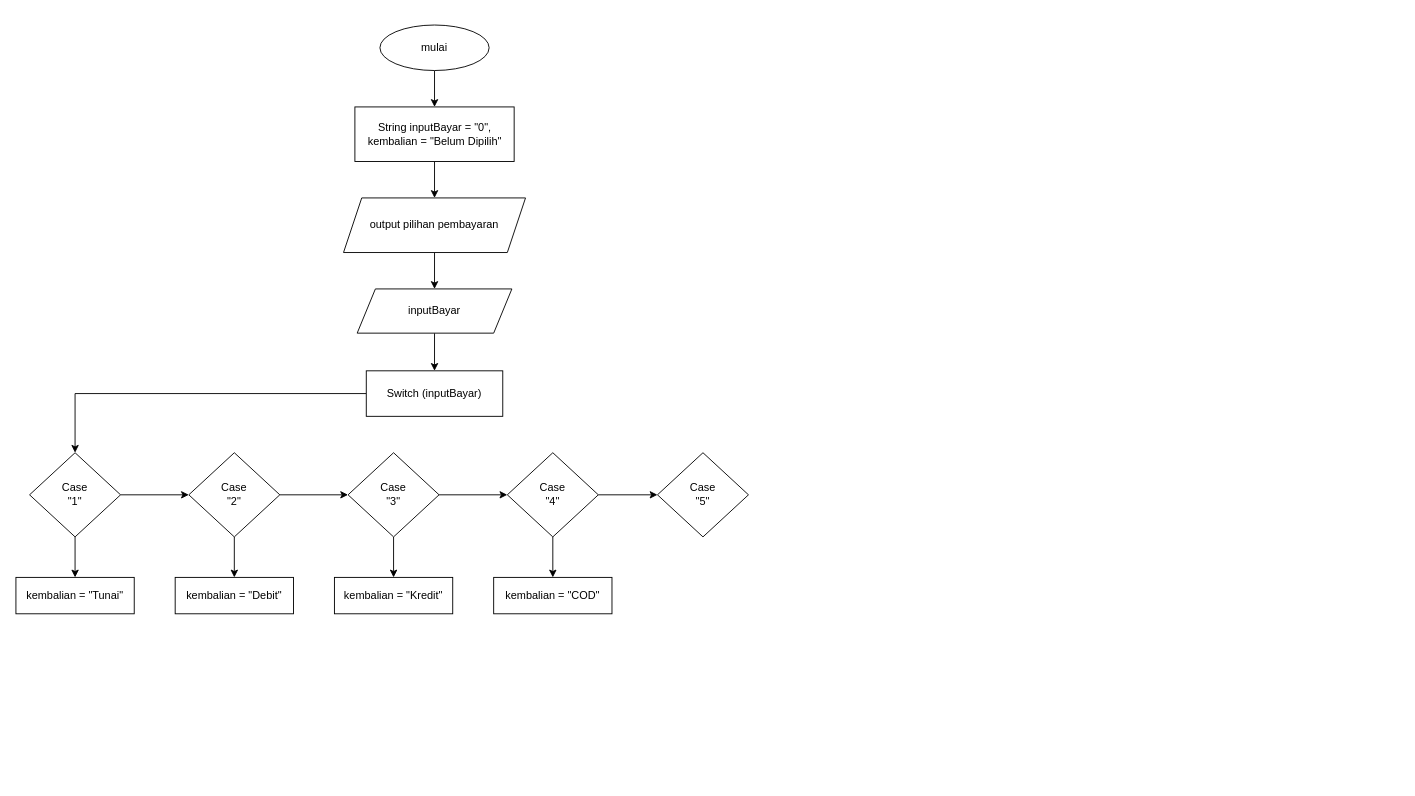
Diaputr/tugas-besar keeps this draw.io diagram as page "bayar" (4 of 4) of fiturBarang().drawio. Above is the earlier version. Source tidied: cells renumbered, new cells numbered last; positions are measured from the earlier drawing's top-left corner, leaving out a move shared by most shapes. Both pictures are drawn from the tidied source at 91%, with x=0, y=0 at pixel (15, 25).
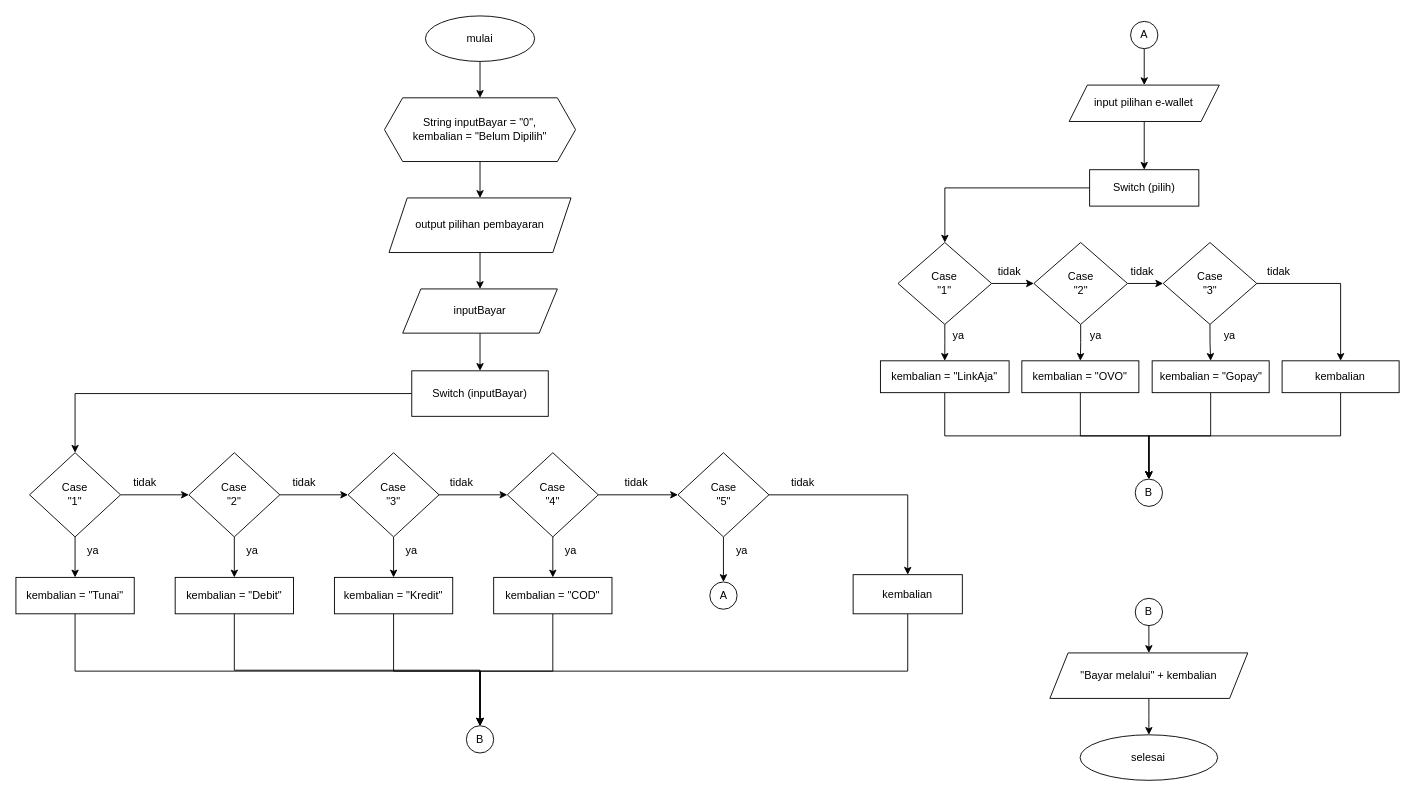
Above is the later version.

Unchanged cells that the change refers to:
```xml
<mxCell id="25" value="kembalian = &quot;Tunai&quot;" style="whiteSpace=wrap;html=1;" parent="1" vertex="1">
  <mxGeometry y="607" width="130" height="40" as="geometry" />
</mxCell>
<mxCell id="26" value="kembalian = &quot;Debit&quot;" style="whiteSpace=wrap;html=1;" parent="1" vertex="1">
  <mxGeometry x="175" y="607" width="130" height="40" as="geometry" />
</mxCell>
<mxCell id="27" value="kembalian = &quot;Kredit&quot;" style="whiteSpace=wrap;html=1;" parent="1" vertex="1">
  <mxGeometry x="350" y="607" width="130" height="40" as="geometry" />
</mxCell>
<mxCell id="28" value="kembalian = &quot;COD&quot;" style="whiteSpace=wrap;html=1;" parent="1" vertex="1">
  <mxGeometry x="525" y="607" width="130" height="40" as="geometry" />
</mxCell>
```

Change to the diagram source:
```diff
@@
-    <mxCell id="2" style="edgeStyle=orthogonalEdgeStyle;rounded=0;jettySize=auto;html=1;" parent="1" edge="1" source="3" target="5">
+    <mxCell id="2" style="edgeStyle=orthogonalEdgeStyle;rounded=0;jettySize=auto;html=1;exitX=0.5;exitY=1;exitDx=0;exitDy=0;entryX=0.5;entryY=0;entryDx=0;entryDy=0;" parent="1" edge="1" source="3" target="5">
       <mxGeometry relative="1" as="geometry" />
     </mxCell>
     <mxCell id="3" value="mulai" style="ellipse;whiteSpace=wrap;html=1;" parent="1" vertex="1">
-      <mxGeometry x="400" width="120" height="50" as="geometry" />
+      <mxGeometry x="450" y="-10" width="120" height="50" as="geometry" />
     </mxCell>
-    <mxCell id="4" style="edgeStyle=orthogonalEdgeStyle;rounded=0;jettySize=auto;html=1;" parent="1" edge="1" source="5" target="7">
-      <mxGeometry relative="1" as="geometry" />
-    </mxCell>
-    <mxCell id="5" value="String inputBayar = &quot;0&quot;, kembalian = &quot;Belum Dipilih&quot;&lt;br&gt;" style="whiteSpace=wrap;html=1;" parent="1" vertex="1">
-      <mxGeometry x="372.5" y="90" width="175" height="60" as="geometry" />
-    </mxCell>
@@
     <mxCell id="7" value="output pilihan pembayaran" style="shape=parallelogram;perimeter=parallelogramPerimeter;whiteSpace=wrap;html=1;fixedSize=1;" parent="1" vertex="1">
-      <mxGeometry x="360" y="190" width="200" height="60" as="geometry" />
+      <mxGeometry x="410" y="190" width="200" height="60" as="geometry" />
     </mxCell>
@@
     <mxCell id="9" value="inputBayar" style="shape=parallelogram;perimeter=parallelogramPerimeter;whiteSpace=wrap;html=1;fixedSize=1;" parent="1" vertex="1">
-      <mxGeometry x="375" y="290" width="170" height="48.6" as="geometry" />
+      <mxGeometry x="425" y="290" width="170" height="48.6" as="geometry" />
     </mxCell>
@@
     <mxCell id="11" value="Switch (inputBayar)" style="whiteSpace=wrap;html=1;" parent="1" vertex="1">
-      <mxGeometry x="385" y="380" width="150" height="50" as="geometry" />
+      <mxGeometry x="435" y="380" width="150" height="50" as="geometry" />
     </mxCell>
@@
+    <mxCell id="29" style="edgeStyle=orthogonalEdgeStyle;rounded=0;jettySize=auto;html=1;" parent="1" edge="1" source="24" target="81">
+      <mxGeometry relative="1" as="geometry" />
+    </mxCell>
+    <mxCell id="30" style="edgeStyle=orthogonalEdgeStyle;rounded=0;jettySize=auto;html=1;" parent="1" edge="1" source="24" target="36">
+      <mxGeometry relative="1" as="geometry" />
+    </mxCell>
     <mxCell id="24" value="Case&lt;br&gt;&quot;5&quot;" style="rhombus;whiteSpace=wrap;html=1;" parent="1" vertex="1">
-      <mxGeometry x="705" y="470" width="100" height="92.5" as="geometry" />
+      <mxGeometry x="727.5" y="470" width="100" height="92.5" as="geometry" />
     </mxCell>
+    <mxCell id="31" style="edgeStyle=orthogonalEdgeStyle;rounded=0;jettySize=auto;html=1;exitX=0.5;exitY=1;exitDx=0;exitDy=0;entryX=0.5;entryY=0;entryDx=0;entryDy=0;" parent="1" edge="1" source="25" target="39">
+      <mxGeometry relative="1" as="geometry">
+        <Array as="points">
+          <mxPoint x="65" y="710" />
+          <mxPoint x="510" y="710" />
+        </Array>
+      </mxGeometry>
+    </mxCell>
@@
+    <mxCell id="32" style="edgeStyle=orthogonalEdgeStyle;rounded=0;jettySize=auto;html=1;exitX=0.5;exitY=1;exitDx=0;exitDy=0;" parent="1" edge="1" source="26" target="39">
+      <mxGeometry relative="1" as="geometry">
+        <Array as="points">
+          <mxPoint x="240" y="709" />
+          <mxPoint x="510" y="709" />
+        </Array>
+      </mxGeometry>
+    </mxCell>
@@
+    <mxCell id="33" style="edgeStyle=orthogonalEdgeStyle;rounded=0;jettySize=auto;html=1;exitX=0.5;exitY=1;exitDx=0;exitDy=0;" parent="1" edge="1" source="27" target="39">
+      <mxGeometry relative="1" as="geometry">
+        <Array as="points">
+          <mxPoint x="415" y="710" />
+          <mxPoint x="510" y="710" />
+        </Array>
+      </mxGeometry>
+    </mxCell>
@@
+    <mxCell id="34" style="edgeStyle=orthogonalEdgeStyle;rounded=0;jettySize=auto;html=1;exitX=0.5;exitY=1;exitDx=0;exitDy=0;" parent="1" edge="1" source="28" target="39">
+      <mxGeometry relative="1" as="geometry">
+        <Array as="points">
+          <mxPoint x="590" y="710" />
+          <mxPoint x="510" y="710" />
+        </Array>
+      </mxGeometry>
+    </mxCell>
@@
+    <mxCell id="35" style="edgeStyle=orthogonalEdgeStyle;rounded=0;jettySize=auto;html=1;exitX=0.5;exitY=1;exitDx=0;exitDy=0;entryX=0.5;entryY=0;entryDx=0;entryDy=0;" parent="1" edge="1" source="36" target="39">
+      <mxGeometry relative="1" as="geometry">
+        <Array as="points">
+          <mxPoint x="980" y="710" />
+          <mxPoint x="510" y="710" />
+        </Array>
+      </mxGeometry>
+    </mxCell>
+    <mxCell id="36" value="kembalian" style="whiteSpace=wrap;html=1;" parent="1" vertex="1">
+      <mxGeometry x="920" y="604" width="120" height="43" as="geometry" />
+    </mxCell>
+    <mxCell id="37" style="edgeStyle=orthogonalEdgeStyle;rounded=0;jettySize=auto;html=1;" parent="1" edge="1" source="38" target="40">
+      <mxGeometry relative="1" as="geometry" />
+    </mxCell>
+    <mxCell id="38" value="&quot;Bayar melalui&quot; + kembalian" style="shape=parallelogram;perimeter=parallelogramPerimeter;whiteSpace=wrap;html=1;fixedSize=1;" parent="1" vertex="1">
+      <mxGeometry x="1136.2" y="690" width="217.5" height="50" as="geometry" />
+    </mxCell>
+    <mxCell id="39" value="B" style="ellipse;whiteSpace=wrap;html=1;" parent="1" vertex="1">
+      <mxGeometry x="495" y="770" width="30" height="30" as="geometry" />
+    </mxCell>
+    <mxCell id="40" value="selesai" style="ellipse;whiteSpace=wrap;html=1;" parent="1" vertex="1">
+      <mxGeometry x="1169.4" y="780" width="151.2" height="50" as="geometry" />
+    </mxCell>
+    <mxCell id="41" value="tidak" style="text;html=1;strokeColor=none;fillColor=none;align=center;verticalAlign=middle;whiteSpace=wrap;rounded=0;" parent="1" vertex="1">
+      <mxGeometry x="112" y="488" width="60" height="30" as="geometry" />
+    </mxCell>
+    <mxCell id="42" value="ya" style="text;html=1;strokeColor=none;fillColor=none;align=center;verticalAlign=middle;whiteSpace=wrap;rounded=0;" parent="1" vertex="1">
+      <mxGeometry x="55" y="562.5" width="60" height="30" as="geometry" />
+    </mxCell>
+    <mxCell id="43" value="tidak" style="text;html=1;strokeColor=none;fillColor=none;align=center;verticalAlign=middle;whiteSpace=wrap;rounded=0;" parent="1" vertex="1">
+      <mxGeometry x="287" y="488" width="60" height="30" as="geometry" />
+    </mxCell>
+    <mxCell id="44" value="tidak" style="text;html=1;strokeColor=none;fillColor=none;align=center;verticalAlign=middle;whiteSpace=wrap;rounded=0;" parent="1" vertex="1">
+      <mxGeometry x="460.1" y="488" width="60" height="30" as="geometry" />
+    </mxCell>
+    <mxCell id="45" value="tidak" style="text;html=1;strokeColor=none;fillColor=none;align=center;verticalAlign=middle;whiteSpace=wrap;rounded=0;" parent="1" vertex="1">
+      <mxGeometry x="652" y="488" width="60" height="30" as="geometry" />
+    </mxCell>
+    <mxCell id="46" value="tidak" style="text;html=1;strokeColor=none;fillColor=none;align=center;verticalAlign=middle;whiteSpace=wrap;rounded=0;" parent="1" vertex="1">
+      <mxGeometry x="834.5" y="488" width="60" height="30" as="geometry" />
+    </mxCell>
+    <mxCell id="47" value="ya" style="text;html=1;strokeColor=none;fillColor=none;align=center;verticalAlign=middle;whiteSpace=wrap;rounded=0;" parent="1" vertex="1">
+      <mxGeometry x="230" y="562.5" width="60" height="30" as="geometry" />
+    </mxCell>
+    <mxCell id="48" value="ya" style="text;html=1;strokeColor=none;fillColor=none;align=center;verticalAlign=middle;whiteSpace=wrap;rounded=0;" parent="1" vertex="1">
+      <mxGeometry x="405" y="562.5" width="60" height="30" as="geometry" />
+    </mxCell>
+    <mxCell id="49" value="ya" style="text;html=1;strokeColor=none;fillColor=none;align=center;verticalAlign=middle;whiteSpace=wrap;rounded=0;" parent="1" vertex="1">
+      <mxGeometry x="580" y="562.5" width="60" height="30" as="geometry" />
+    </mxCell>
+    <mxCell id="50" value="ya" style="text;html=1;strokeColor=none;fillColor=none;align=center;verticalAlign=middle;whiteSpace=wrap;rounded=0;" parent="1" vertex="1">
+      <mxGeometry x="767.5" y="562.5" width="60" height="30" as="geometry" />
+    </mxCell>
+    <mxCell id="4" style="edgeStyle=orthogonalEdgeStyle;rounded=0;jettySize=auto;html=1;exitX=0.5;exitY=1;exitDx=0;exitDy=0;" parent="1" edge="1" source="5" target="7">
+      <mxGeometry relative="1" as="geometry" />
+    </mxCell>
+    <mxCell id="5" value="&lt;span&gt;String inputBayar = &quot;0&quot;, &lt;br&gt;kembalian = &quot;Belum Dipilih&quot;&lt;/span&gt;" style="shape=hexagon;perimeter=hexagonPerimeter2;whiteSpace=wrap;html=1;fixedSize=1;size=20;" parent="1" vertex="1">
+      <mxGeometry x="405" y="80" width="210" height="70" as="geometry" />
+    </mxCell>
+    <mxCell id="51" style="edgeStyle=orthogonalEdgeStyle;rounded=0;jettySize=auto;html=1;" parent="1" edge="1" source="52" target="54">
+      <mxGeometry relative="1" as="geometry" />
+    </mxCell>
+    <mxCell id="52" value="input pilihan e-wallet" style="shape=parallelogram;perimeter=parallelogramPerimeter;whiteSpace=wrap;html=1;fixedSize=1;" parent="1" vertex="1">
+      <mxGeometry x="1157.4" y="66" width="165" height="40" as="geometry" />
+    </mxCell>
+    <mxCell id="53" style="edgeStyle=orthogonalEdgeStyle;rounded=0;jettySize=auto;html=1;" parent="1" edge="1" source="54" target="57">
+      <mxGeometry relative="1" as="geometry" />
+    </mxCell>
+    <mxCell id="54" value="Switch (pilih)" style="whiteSpace=wrap;html=1;" parent="1" vertex="1">
+      <mxGeometry x="1179.9" y="159" width="120" height="40" as="geometry" />
+    </mxCell>
+    <mxCell id="55" style="edgeStyle=orthogonalEdgeStyle;rounded=0;jettySize=auto;html=1;exitX=1;exitY=0.5;exitDx=0;exitDy=0;entryX=0;entryY=0.5;entryDx=0;entryDy=0;" parent="1" edge="1" source="57" target="60">
+      <mxGeometry relative="1" as="geometry" />
+    </mxCell>
+    <mxCell id="56" style="edgeStyle=orthogonalEdgeStyle;rounded=0;jettySize=auto;html=1;exitX=0.5;exitY=1;exitDx=0;exitDy=0;" parent="1" edge="1" source="57" target="65">
+      <mxGeometry relative="1" as="geometry" />
+    </mxCell>
+    <mxCell id="57" value="Case&lt;br&gt;&quot;1&quot;" style="rhombus;whiteSpace=wrap;html=1;" parent="1" vertex="1">
+      <mxGeometry x="969.3" y="239" width="102.9" height="90" as="geometry" />
+    </mxCell>
+    <mxCell id="58" style="edgeStyle=orthogonalEdgeStyle;rounded=0;jettySize=auto;html=1;exitX=1;exitY=0.5;exitDx=0;exitDy=0;entryX=0;entryY=0.5;entryDx=0;entryDy=0;" parent="1" edge="1" source="60" target="63">
+      <mxGeometry relative="1" as="geometry" />
+    </mxCell>
+    <mxCell id="59" style="edgeStyle=orthogonalEdgeStyle;rounded=0;jettySize=auto;html=1;exitX=0.5;exitY=1;exitDx=0;exitDy=0;entryX=0.5;entryY=0;entryDx=0;entryDy=0;" parent="1" edge="1" source="60" target="67">
+      <mxGeometry relative="1" as="geometry" />
+    </mxCell>
+    <mxCell id="60" value="Case&lt;br&gt;&quot;2&quot;" style="rhombus;whiteSpace=wrap;html=1;" parent="1" vertex="1">
+      <mxGeometry x="1118.6" y="239" width="102.9" height="90" as="geometry" />
+    </mxCell>
+    <mxCell id="61" style="edgeStyle=orthogonalEdgeStyle;rounded=0;jettySize=auto;html=1;exitX=0.5;exitY=1;exitDx=0;exitDy=0;" parent="1" edge="1" source="63" target="69">
+      <mxGeometry relative="1" as="geometry" />
+    </mxCell>
+    <mxCell id="62" style="edgeStyle=orthogonalEdgeStyle;rounded=0;jettySize=auto;html=1;" parent="1" edge="1" source="63" target="71">
+      <mxGeometry relative="1" as="geometry" />
+    </mxCell>
+    <mxCell id="63" value="Case&lt;br&gt;&quot;3&quot;" style="rhombus;whiteSpace=wrap;html=1;" parent="1" vertex="1">
+      <mxGeometry x="1260.7" y="239" width="102.9" height="90" as="geometry" />
+    </mxCell>
+    <mxCell id="64" style="edgeStyle=orthogonalEdgeStyle;rounded=0;jettySize=auto;html=1;exitX=0.5;exitY=1;exitDx=0;exitDy=0;" parent="1" edge="1" source="65" target="72">
+      <mxGeometry relative="1" as="geometry" />
+    </mxCell>
+    <mxCell id="65" value="kembalian = &quot;LinkAja&quot;" style="whiteSpace=wrap;html=1;" parent="1" vertex="1">
+      <mxGeometry x="950" y="369" width="141.4" height="35" as="geometry" />
+    </mxCell>
+    <mxCell id="66" style="edgeStyle=orthogonalEdgeStyle;rounded=0;jettySize=auto;html=1;exitX=0.5;exitY=1;exitDx=0;exitDy=0;entryX=0.5;entryY=0;entryDx=0;entryDy=0;" parent="1" edge="1" source="67" target="72">
+      <mxGeometry relative="1" as="geometry" />
+    </mxCell>
+    <mxCell id="67" value="kembalian = &quot;OVO&quot;" style="whiteSpace=wrap;html=1;" parent="1" vertex="1">
+      <mxGeometry x="1105.4" y="369" width="128.6" height="35" as="geometry" />
+    </mxCell>
+    <mxCell id="68" style="edgeStyle=orthogonalEdgeStyle;rounded=0;jettySize=auto;html=1;exitX=0.5;exitY=1;exitDx=0;exitDy=0;" parent="1" edge="1" source="69" target="72">
+      <mxGeometry relative="1" as="geometry" />
+    </mxCell>
+    <mxCell id="69" value="kembalian = &quot;Gopay&quot;" style="whiteSpace=wrap;html=1;" parent="1" vertex="1">
+      <mxGeometry x="1248.6" y="369" width="128.6" height="35" as="geometry" />
+    </mxCell>
+    <mxCell id="70" style="edgeStyle=orthogonalEdgeStyle;rounded=0;jettySize=auto;html=1;exitX=0.5;exitY=1;exitDx=0;exitDy=0;entryX=0.5;entryY=0;entryDx=0;entryDy=0;" parent="1" edge="1" source="71" target="72">
+      <mxGeometry relative="1" as="geometry" />
+    </mxCell>
+    <mxCell id="71" value="kembalian" style="whiteSpace=wrap;html=1;" parent="1" vertex="1">
+      <mxGeometry x="1391.4" y="369" width="128.6" height="35" as="geometry" />
+    </mxCell>
+    <mxCell id="72" value="B" style="ellipse;whiteSpace=wrap;html=1;" parent="1" vertex="1">
+      <mxGeometry x="1230" y="499" width="30" height="30" as="geometry" />
+    </mxCell>
+    <mxCell id="73" value="tidak" style="text;html=1;strokeColor=none;fillColor=none;align=center;verticalAlign=middle;whiteSpace=wrap;rounded=0;" parent="1" vertex="1">
+      <mxGeometry x="1061.6" y="256" width="60" height="30" as="geometry" />
+    </mxCell>
+    <mxCell id="74" value="tidak" style="text;html=1;strokeColor=none;fillColor=none;align=center;verticalAlign=middle;whiteSpace=wrap;rounded=0;" parent="1" vertex="1">
+      <mxGeometry x="1208" y="256" width="60" height="30" as="geometry" />
+    </mxCell>
+    <mxCell id="75" value="tidak" style="text;html=1;strokeColor=none;fillColor=none;align=center;verticalAlign=middle;whiteSpace=wrap;rounded=0;" parent="1" vertex="1">
+      <mxGeometry x="1357.5" y="256" width="60" height="30" as="geometry" />
+    </mxCell>
+    <mxCell id="76" value="ya" style="text;html=1;strokeColor=none;fillColor=none;align=center;verticalAlign=middle;whiteSpace=wrap;rounded=0;" parent="1" vertex="1">
+      <mxGeometry x="1005.6" y="327" width="60" height="30" as="geometry" />
+    </mxCell>
+    <mxCell id="77" value="ya" style="text;html=1;strokeColor=none;fillColor=none;align=center;verticalAlign=middle;whiteSpace=wrap;rounded=0;" parent="1" vertex="1">
+      <mxGeometry x="1157.4" y="327" width="60" height="30" as="geometry" />
+    </mxCell>
+    <mxCell id="78" value="ya" style="text;html=1;strokeColor=none;fillColor=none;align=center;verticalAlign=middle;whiteSpace=wrap;rounded=0;" parent="1" vertex="1">
+      <mxGeometry x="1303.6" y="327" width="60" height="30" as="geometry" />
+    </mxCell>
+    <mxCell id="79" style="edgeStyle=orthogonalEdgeStyle;rounded=0;jettySize=auto;html=1;exitX=0.5;exitY=1;exitDx=0;exitDy=0;entryX=0.5;entryY=0;entryDx=0;entryDy=0;" parent="1" edge="1" source="80" target="52">
+      <mxGeometry relative="1" as="geometry" />
+    </mxCell>
+    <mxCell id="80" value="A" style="ellipse;whiteSpace=wrap;html=1;" parent="1" vertex="1">
+      <mxGeometry x="1224.9" y="-4" width="30" height="30" as="geometry" />
+    </mxCell>
+    <mxCell id="81" value="A" style="ellipse;whiteSpace=wrap;html=1;" parent="1" vertex="1">
+      <mxGeometry x="762.5" y="612" width="30" height="30" as="geometry" />
+    </mxCell>
+    <mxCell id="82" style="edgeStyle=orthogonalEdgeStyle;rounded=0;jettySize=auto;html=1;exitX=0.5;exitY=1;exitDx=0;exitDy=0;" parent="1" edge="1" source="83" target="38">
+      <mxGeometry relative="1" as="geometry" />
+    </mxCell>
+    <mxCell id="83" value="B" style="ellipse;whiteSpace=wrap;html=1;" parent="1" vertex="1">
+      <mxGeometry x="1230" y="630" width="30" height="30" as="geometry" />
+    </mxCell>
```
